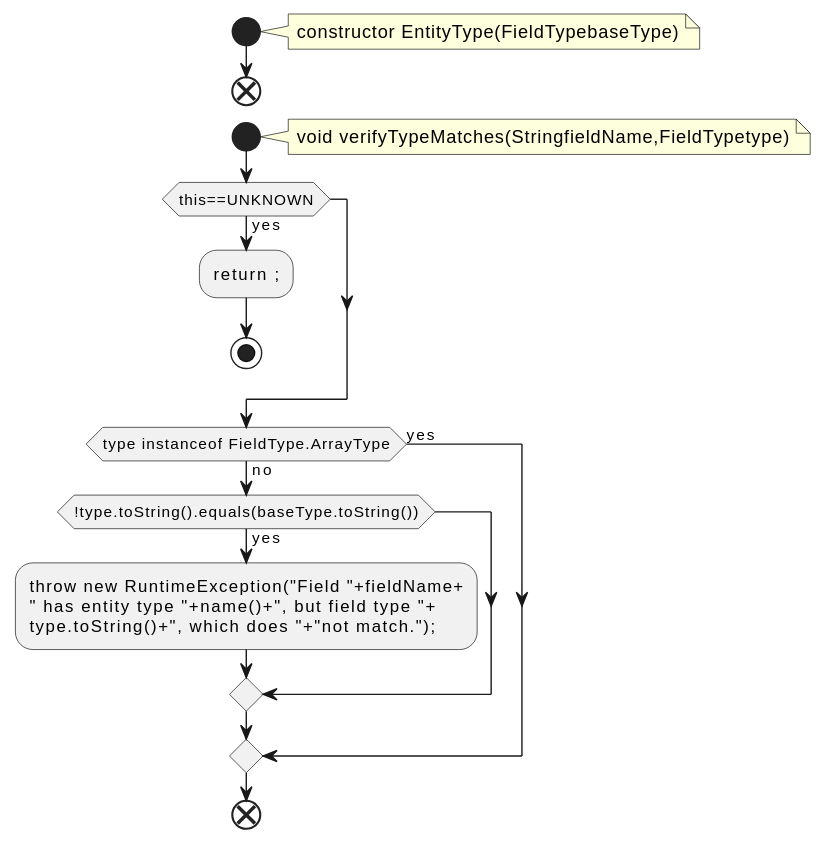
Earlier version of the PlantUML export docs/qc/generator/src/main/java/org/apache/kafka/message/EntityType.java.fct.svg (qualitesys/kafka).
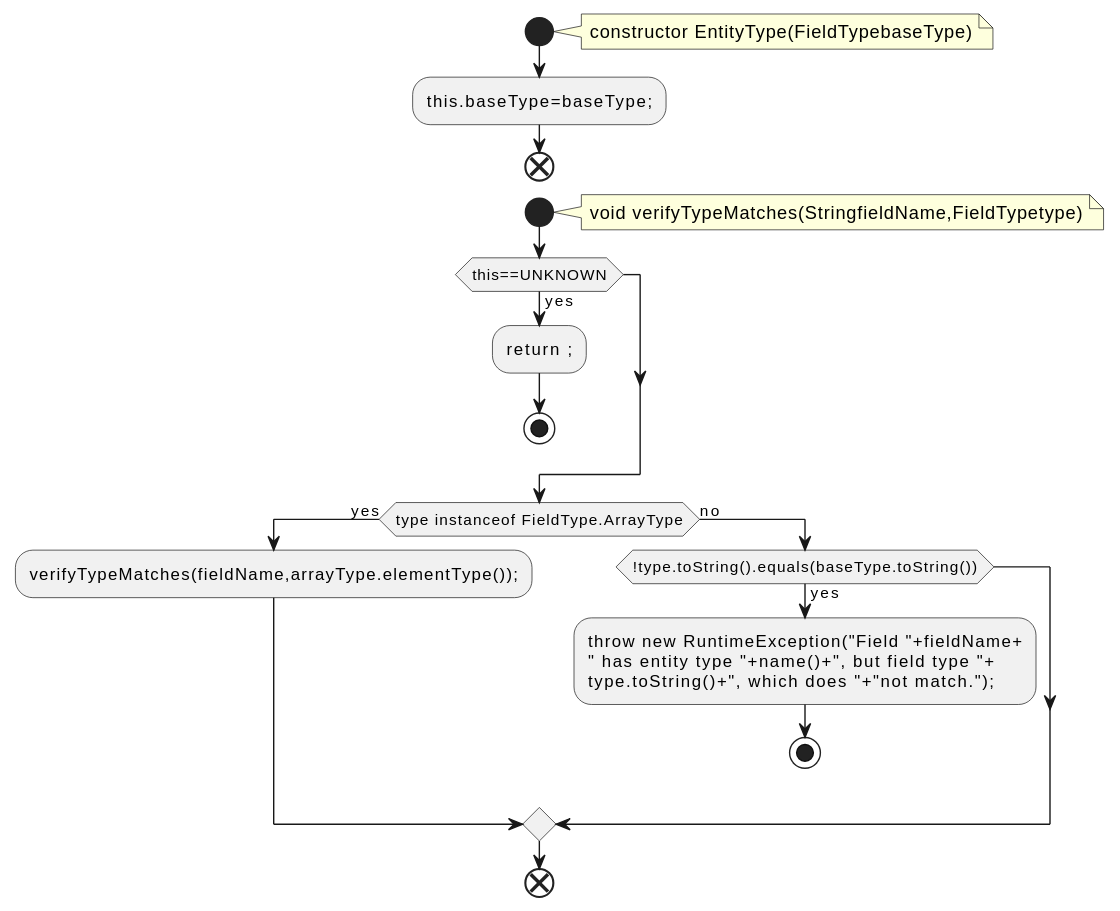
The same file after the commit.

Change to the diagram source:
```diff
@@ -4,6 +4,7 @@
 note right
 constructor EntityType(FieldTypebaseType)
 end note
+:this.baseType=baseType;;
 end
 start
 note right
@@ -14,11 +15,13 @@
 stop
 endif
 if (type instanceof FieldType.ArrayType) then (yes)
+:verifyTypeMatches(fieldName,arrayType.elementType());;
 else (no)
 if (!type.toString().equals(baseType.toString())) then (yes)
 :throw new RuntimeException("Field "+fieldName+
 " has entity type "+name()+", but field type "+
 type.toString()+", which does "+"not match.");;
+stop
 endif
 endif
 end
```
